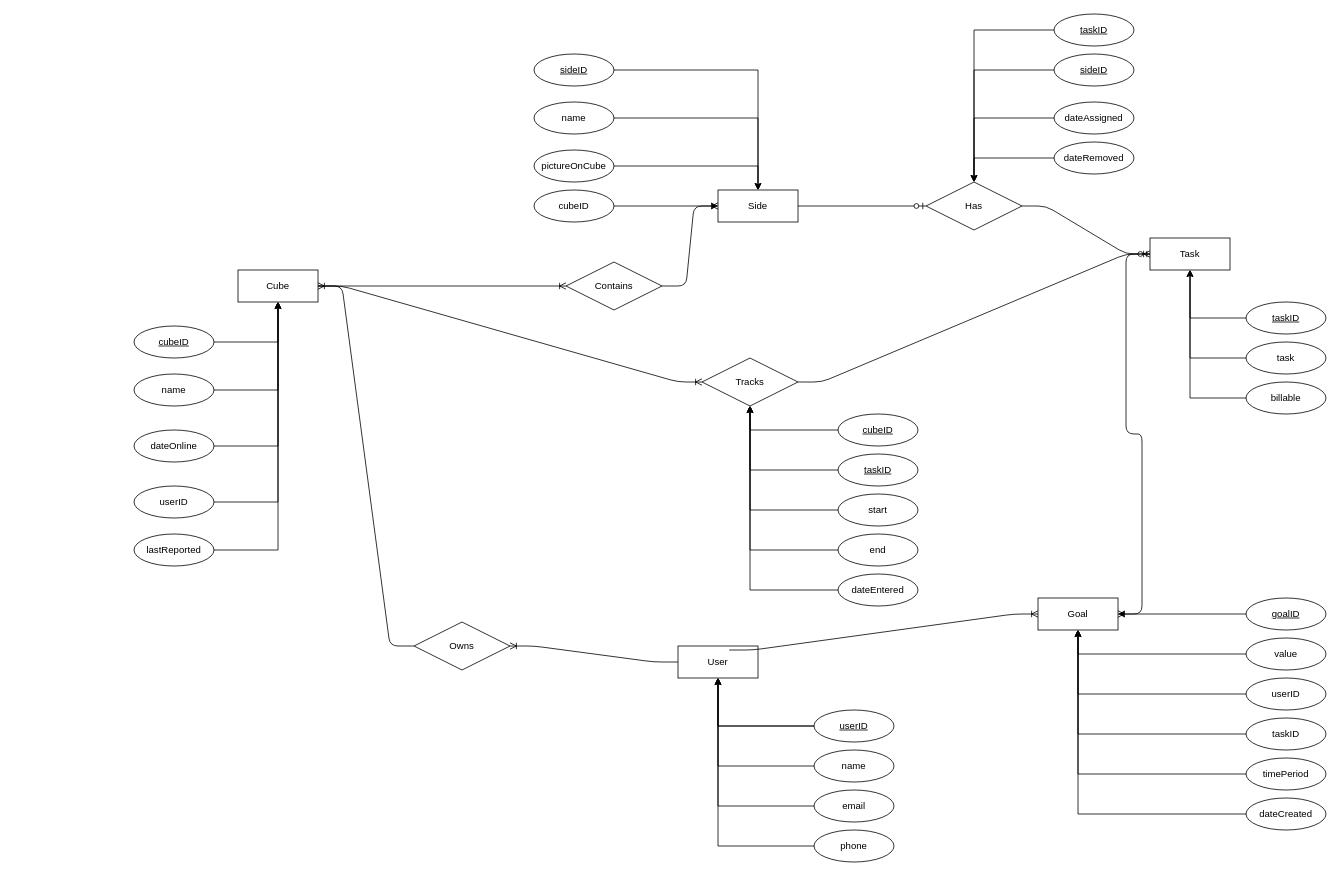
diagonalwalnut/COMP3421 keeps this draw.io diagram as DB Class.drawio. Above is the earlier version. Source tidied: cells renumbered, new cells numbered last; positions are measured from the earlier drawing's top-left corner, leaving out a move shared by most shapes. Both pictures are drawn from the tidied source at 80%, with x=0, y=0 at pixel (134, 14).
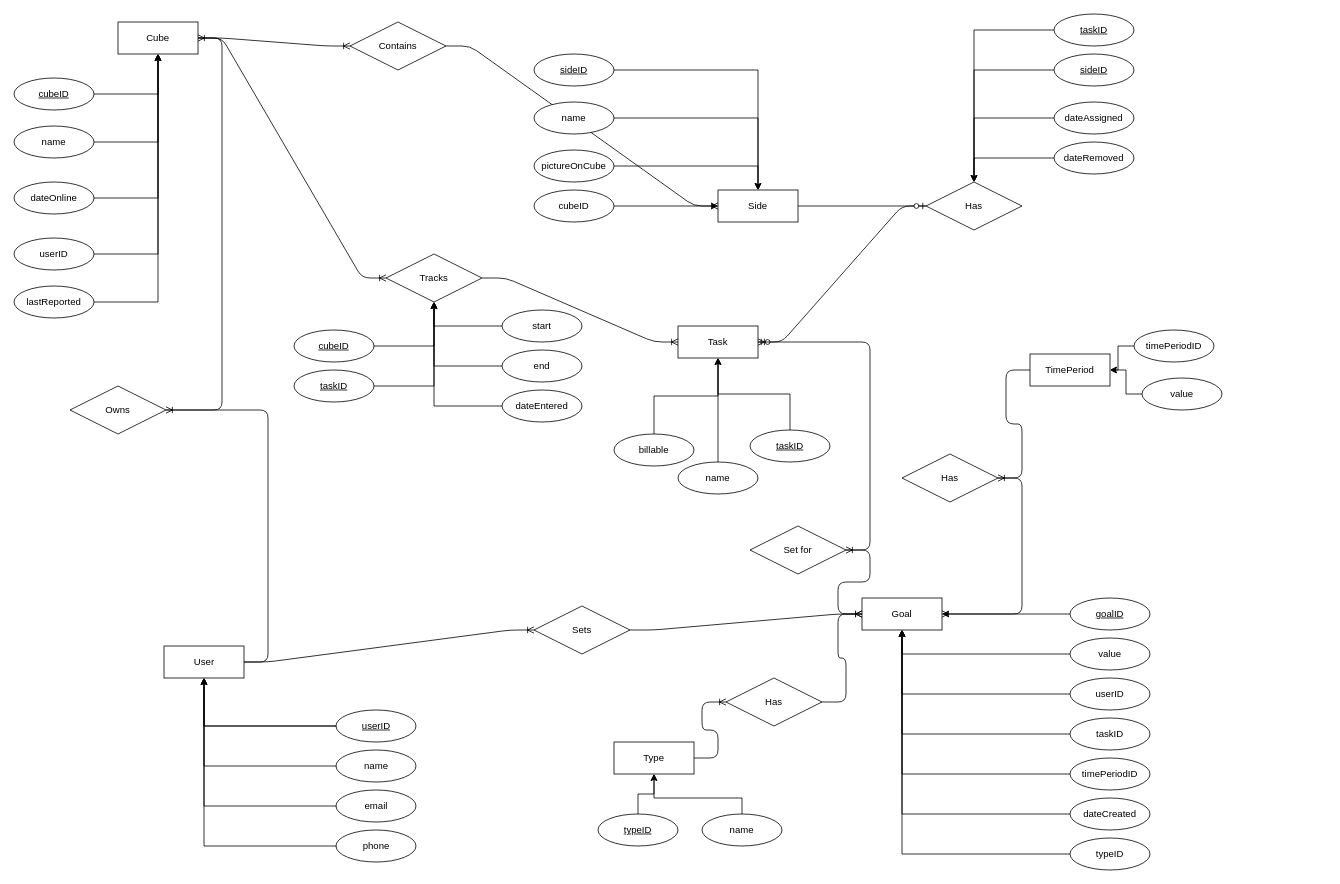
The same diagram, later.

Change to the diagram source:
```diff
@@
     <mxCell id="3" value="Owns" style="shape=rhombus;perimeter=rhombusPerimeter;whiteSpace=wrap;html=1;align=center;" parent="1" vertex="1">
-      <mxGeometry x="350" y="760" width="120" height="60" as="geometry" />
+      <mxGeometry x="-80" y="465" width="120" height="60" as="geometry" />
     </mxCell>
@@
     <mxCell id="9" value="Tracks" style="shape=rhombus;perimeter=rhombusPerimeter;whiteSpace=wrap;html=1;align=center;" parent="1" vertex="1">
-      <mxGeometry x="710" y="430" width="120" height="60" as="geometry" />
+      <mxGeometry x="315" y="300" width="120" height="60" as="geometry" />
     </mxCell>
@@
     <mxCell id="11" value="Contains" style="shape=rhombus;perimeter=rhombusPerimeter;whiteSpace=wrap;html=1;align=center;" parent="1" vertex="1">
-      <mxGeometry x="540" y="310" width="120" height="60" as="geometry" />
+      <mxGeometry x="270" y="10" width="120" height="60" as="geometry" />
     </mxCell>
@@
     <mxCell id="22" value="Cube" style="whiteSpace=wrap;html=1;align=center;" parent="1" vertex="1">
-      <mxGeometry x="130" y="320" width="100" height="40" as="geometry" />
+      <mxGeometry x="-20" y="10" width="100" height="40" as="geometry" />
     </mxCell>
@@
     <mxCell id="24" value="User" style="whiteSpace=wrap;html=1;align=center;" parent="1" vertex="1">
-      <mxGeometry x="680" y="790" width="100" height="40" as="geometry" />
+      <mxGeometry x="37.5" y="790" width="100" height="40" as="geometry" />
     </mxCell>
     <mxCell id="25" value="Task" style="whiteSpace=wrap;html=1;align=center;" parent="1" vertex="1">
-      <mxGeometry x="1270" y="280" width="100" height="40" as="geometry" />
+      <mxGeometry x="680" y="390" width="100" height="40" as="geometry" />
     </mxCell>
@@
     <mxCell id="27" value="end" style="ellipse;whiteSpace=wrap;html=1;align=center;" parent="1" vertex="1">
-      <mxGeometry x="880" y="650" width="100" height="40" as="geometry" />
+      <mxGeometry x="460" y="420" width="100" height="40" as="geometry" />
     </mxCell>
@@
     <mxCell id="29" value="dateEntered" style="ellipse;whiteSpace=wrap;html=1;align=center;" parent="1" vertex="1">
-      <mxGeometry x="880" y="700" width="100" height="40" as="geometry" />
+      <mxGeometry x="460" y="470" width="100" height="40" as="geometry" />
     </mxCell>
@@
     <mxCell id="31" value="start" style="ellipse;whiteSpace=wrap;html=1;align=center;" parent="1" vertex="1">
-      <mxGeometry x="880" y="600" width="100" height="40" as="geometry" />
+      <mxGeometry x="460" y="370" width="100" height="40" as="geometry" />
     </mxCell>
@@
     <mxCell id="33" value="taskID" style="ellipse;whiteSpace=wrap;html=1;align=center;fontStyle=4;" parent="1" vertex="1">
-      <mxGeometry x="880" y="550" width="100" height="40" as="geometry" />
+      <mxGeometry x="200" y="445" width="100" height="40" as="geometry" />
     </mxCell>
     <mxCell id="34" value="cubeID" style="ellipse;whiteSpace=wrap;html=1;align=center;fontStyle=4;" parent="1" vertex="1">
-      <mxGeometry x="880" y="500" width="100" height="40" as="geometry" />
+      <mxGeometry x="200" y="395" width="100" height="40" as="geometry" />
     </mxCell>
@@
     <mxCell id="38" value="name" style="ellipse;whiteSpace=wrap;html=1;align=center;" parent="1" vertex="1">
-      <mxGeometry x="850" y="920" width="100" height="40" as="geometry" />
+      <mxGeometry x="252.5" y="920" width="100" height="40" as="geometry" />
     </mxCell>
@@
     <mxCell id="40" value="email" style="ellipse;whiteSpace=wrap;html=1;align=center;" parent="1" vertex="1">
-      <mxGeometry x="850" y="970" width="100" height="40" as="geometry" />
+      <mxGeometry x="252.5" y="970" width="100" height="40" as="geometry" />
     </mxCell>
@@
     <mxCell id="42" value="phone" style="ellipse;whiteSpace=wrap;html=1;align=center;" parent="1" vertex="1">
-      <mxGeometry x="850" y="1020" width="100" height="40" as="geometry" />
+      <mxGeometry x="252.5" y="1020" width="100" height="40" as="geometry" />
     </mxCell>
@@
-    <mxCell id="44" value="task" style="ellipse;whiteSpace=wrap;html=1;align=center;" parent="1" vertex="1">
-      <mxGeometry x="1390" y="410" width="100" height="40" as="geometry" />
+    <mxCell id="44" value="name" style="ellipse;whiteSpace=wrap;html=1;align=center;" parent="1" vertex="1">
+      <mxGeometry x="680" y="560" width="100" height="40" as="geometry" />
     </mxCell>
@@
     <mxCell id="46" value="taskID" style="ellipse;whiteSpace=wrap;html=1;align=center;fontStyle=4;" parent="1" vertex="1">
-      <mxGeometry x="1390" y="360" width="100" height="40" as="geometry" />
+      <mxGeometry x="770" y="520" width="100" height="40" as="geometry" />
     </mxCell>
@@
     <mxCell id="48" value="billable" style="ellipse;whiteSpace=wrap;html=1;align=center;" parent="1" vertex="1">
-      <mxGeometry x="1390" y="460" width="100" height="40" as="geometry" />
+      <mxGeometry x="600" y="525" width="100" height="40" as="geometry" />
     </mxCell>
@@
     <mxCell id="54" value="cubeID" style="ellipse;whiteSpace=wrap;html=1;align=center;fontStyle=4;" parent="1" vertex="1">
-      <mxGeometry y="390" width="100" height="40" as="geometry" />
+      <mxGeometry x="-150" y="80" width="100" height="40" as="geometry" />
     </mxCell>
     <mxCell id="55" value="name" style="ellipse;whiteSpace=wrap;html=1;align=center;" parent="1" vertex="1">
-      <mxGeometry y="450" width="100" height="40" as="geometry" />
+      <mxGeometry x="-150" y="140" width="100" height="40" as="geometry" />
     </mxCell>
     <mxCell id="56" value="dateOnline" style="ellipse;whiteSpace=wrap;html=1;align=center;" parent="1" vertex="1">
-      <mxGeometry y="520" width="100" height="40" as="geometry" />
+      <mxGeometry x="-150" y="210" width="100" height="40" as="geometry" />
     </mxCell>
     <mxCell id="57" value="userID" style="ellipse;whiteSpace=wrap;html=1;align=center;" parent="1" vertex="1">
-      <mxGeometry y="590" width="100" height="40" as="geometry" />
+      <mxGeometry x="-150" y="280" width="100" height="40" as="geometry" />
     </mxCell>
     <mxCell id="58" value="lastReported" style="ellipse;whiteSpace=wrap;html=1;align=center;" parent="1" vertex="1">
-      <mxGeometry y="650" width="100" height="40" as="geometry" />
+      <mxGeometry x="-150" y="340" width="100" height="40" as="geometry" />
     </mxCell>
     <mxCell id="59" value="userID" style="ellipse;whiteSpace=wrap;html=1;align=center;fontStyle=4;" parent="1" vertex="1">
-      <mxGeometry x="850" y="870" width="100" height="40" as="geometry" />
+      <mxGeometry x="252.5" y="870" width="100" height="40" as="geometry" />
     </mxCell>
@@
     <mxCell id="69" value="Goal" style="whiteSpace=wrap;html=1;align=center;" parent="1" vertex="1">
-      <mxGeometry x="1130" y="730" width="100" height="40" as="geometry" />
+      <mxGeometry x="910" y="730" width="100" height="40" as="geometry" />
     </mxCell>
@@
     <mxCell id="71" value="goalID" style="ellipse;whiteSpace=wrap;html=1;align=center;fontStyle=4;" parent="1" vertex="1">
-      <mxGeometry x="1390" y="730" width="100" height="40" as="geometry" />
+      <mxGeometry x="1170" y="730" width="100" height="40" as="geometry" />
     </mxCell>
@@
     <mxCell id="73" value="userID" style="ellipse;whiteSpace=wrap;html=1;align=center;" parent="1" vertex="1">
-      <mxGeometry x="1390" y="830" width="100" height="40" as="geometry" />
+      <mxGeometry x="1170" y="830" width="100" height="40" as="geometry" />
     </mxCell>
@@
     <mxCell id="75" value="taskID" style="ellipse;whiteSpace=wrap;html=1;align=center;" parent="1" vertex="1">
-      <mxGeometry x="1390" y="880" width="100" height="40" as="geometry" />
+      <mxGeometry x="1170" y="880" width="100" height="40" as="geometry" />
     </mxCell>
@@
-    <mxCell id="77" value="timePeriod" style="ellipse;whiteSpace=wrap;html=1;align=center;" parent="1" vertex="1">
-      <mxGeometry x="1390" y="930" width="100" height="40" as="geometry" />
+    <mxCell id="77" value="timePeriodID" style="ellipse;whiteSpace=wrap;html=1;align=center;" parent="1" vertex="1">
+      <mxGeometry x="1170" y="930" width="100" height="40" as="geometry" />
     </mxCell>
@@
     <mxCell id="79" value="value" style="ellipse;whiteSpace=wrap;html=1;align=center;" parent="1" vertex="1">
-      <mxGeometry x="1390" y="780" width="100" height="40" as="geometry" />
+      <mxGeometry x="1170" y="780" width="100" height="40" as="geometry" />
     </mxCell>
@@
     <mxCell id="81" value="dateCreated" style="ellipse;whiteSpace=wrap;html=1;align=center;" parent="1" vertex="1">
-      <mxGeometry x="1390" y="980" width="100" height="40" as="geometry" />
+      <mxGeometry x="1170" y="980" width="100" height="40" as="geometry" />
     </mxCell>
-    <mxCell id="82" style="edgeStyle=entityRelationEdgeStyle;fontSize=12;html=1;endArrow=ERoneToMany;exitX=0.64;exitY=0.125;exitDx=0;exitDy=0;exitPerimeter=0;" parent="1" edge="1" source="24" target="69">
+    <mxCell id="82" style="edgeStyle=entityRelationEdgeStyle;fontSize=12;html=1;endArrow=ERoneToMany;" parent="1" edge="1" source="85" target="69">
       <mxGeometry relative="1" as="geometry" />
     </mxCell>
-    <mxCell id="83" style="edgeStyle=entityRelationEdgeStyle;fontSize=12;html=1;endArrow=ERoneToMany;" parent="1" edge="1" source="25" target="69">
-      <mxGeometry relative="1" as="geometry" />
-    </mxCell>
+    <mxCell id="84" style="edgeStyle=entityRelationEdgeStyle;fontSize=12;html=1;endArrow=ERoneToMany;" parent="1" edge="1" source="24" target="85">
+      <mxGeometry relative="1" as="geometry" />
+    </mxCell>
+    <mxCell id="85" value="Sets" style="shape=rhombus;perimeter=rhombusPerimeter;whiteSpace=wrap;html=1;align=center;" parent="1" vertex="1">
+      <mxGeometry x="500" y="740" width="120" height="60" as="geometry" />
+    </mxCell>
+    <mxCell id="86" value="Type" style="whiteSpace=wrap;html=1;align=center;" parent="1" vertex="1">
+      <mxGeometry x="600" y="910" width="100" height="40" as="geometry" />
+    </mxCell>
+    <mxCell id="87" style="edgeStyle=entityRelationEdgeStyle;fontSize=12;html=1;endArrow=ERoneToMany;" parent="1" edge="1" source="88" target="69">
+      <mxGeometry relative="1" as="geometry" />
+    </mxCell>
+    <mxCell id="88" value="Has" style="shape=rhombus;perimeter=rhombusPerimeter;whiteSpace=wrap;html=1;align=center;" parent="1" vertex="1">
+      <mxGeometry x="740" y="830" width="120" height="60" as="geometry" />
+    </mxCell>
+    <mxCell id="89" style="edgeStyle=entityRelationEdgeStyle;fontSize=12;html=1;endArrow=ERoneToMany;" parent="1" edge="1" source="86" target="88">
+      <mxGeometry relative="1" as="geometry" />
+    </mxCell>
+    <mxCell id="90" style="edgeStyle=orthogonalEdgeStyle;rounded=0;jettySize=auto;html=1;entryX=0.5;entryY=1;entryDx=0;entryDy=0;" parent="1" edge="1" source="91" target="86">
+      <mxGeometry relative="1" as="geometry" />
+    </mxCell>
+    <mxCell id="91" value="typeID" style="ellipse;whiteSpace=wrap;html=1;align=center;fontStyle=4;" parent="1" vertex="1">
+      <mxGeometry x="580" y="1000" width="100" height="40" as="geometry" />
+    </mxCell>
+    <mxCell id="92" style="edgeStyle=orthogonalEdgeStyle;rounded=0;jettySize=auto;html=1;" parent="1" edge="1" source="93" target="86">
+      <mxGeometry relative="1" as="geometry">
+        <Array as="points">
+          <mxPoint x="760" y="980" />
+          <mxPoint x="650" y="980" />
+        </Array>
+      </mxGeometry>
+    </mxCell>
+    <mxCell id="93" value="name" style="ellipse;whiteSpace=wrap;html=1;align=center;" parent="1" vertex="1">
+      <mxGeometry x="710" y="1000" width="100" height="40" as="geometry" />
+    </mxCell>
+    <mxCell id="94" style="edgeStyle=orthogonalEdgeStyle;rounded=0;jettySize=auto;html=1;" parent="1" edge="1" source="95" target="69">
+      <mxGeometry relative="1" as="geometry" />
+    </mxCell>
+    <mxCell id="95" value="typeID" style="ellipse;whiteSpace=wrap;html=1;align=center;" parent="1" vertex="1">
+      <mxGeometry x="1170" y="1030" width="100" height="40" as="geometry" />
+    </mxCell>
+    <mxCell id="96" value="TimePeriod" style="whiteSpace=wrap;html=1;align=center;" parent="1" vertex="1">
+      <mxGeometry x="1120" y="425" width="100" height="40" as="geometry" />
+    </mxCell>
+    <mxCell id="97" style="edgeStyle=orthogonalEdgeStyle;rounded=0;jettySize=auto;html=1;" parent="1" edge="1" source="98" target="96">
+      <mxGeometry relative="1" as="geometry" />
+    </mxCell>
+    <mxCell id="98" value="value" style="ellipse;whiteSpace=wrap;html=1;align=center;" parent="1" vertex="1">
+      <mxGeometry x="1260" y="455" width="100" height="40" as="geometry" />
+    </mxCell>
+    <mxCell id="99" style="edgeStyle=orthogonalEdgeStyle;rounded=0;jettySize=auto;html=1;" parent="1" edge="1" source="100" target="96">
+      <mxGeometry relative="1" as="geometry" />
+    </mxCell>
+    <mxCell id="100" value="timePeriodID" style="ellipse;whiteSpace=wrap;html=1;align=center;" parent="1" vertex="1">
+      <mxGeometry x="1250" y="395" width="100" height="40" as="geometry" />
+    </mxCell>
+    <mxCell id="101" style="edgeStyle=entityRelationEdgeStyle;fontSize=12;html=1;endArrow=ERoneToMany;" parent="1" edge="1" source="102" target="69">
+      <mxGeometry relative="1" as="geometry" />
+    </mxCell>
+    <mxCell id="102" value="Has" style="shape=rhombus;perimeter=rhombusPerimeter;whiteSpace=wrap;html=1;align=center;" parent="1" vertex="1">
+      <mxGeometry x="960" y="550" width="120" height="60" as="geometry" />
+    </mxCell>
+    <mxCell id="103" style="edgeStyle=entityRelationEdgeStyle;fontSize=12;html=1;endArrow=ERoneToMany;" parent="1" edge="1" source="96" target="102">
+      <mxGeometry relative="1" as="geometry" />
+    </mxCell>
+    <mxCell id="104" style="edgeStyle=entityRelationEdgeStyle;fontSize=12;html=1;endArrow=ERoneToMany;" parent="1" edge="1" source="105" target="25">
+      <mxGeometry relative="1" as="geometry" />
+    </mxCell>
+    <mxCell id="105" value="Set for" style="shape=rhombus;perimeter=rhombusPerimeter;whiteSpace=wrap;html=1;align=center;" parent="1" vertex="1">
+      <mxGeometry x="770" y="640" width="120" height="60" as="geometry" />
+    </mxCell>
+    <mxCell id="106" style="edgeStyle=entityRelationEdgeStyle;fontSize=12;html=1;endArrow=ERoneToMany;" parent="1" edge="1" source="69" target="105">
+      <mxGeometry relative="1" as="geometry" />
+    </mxCell>
```
